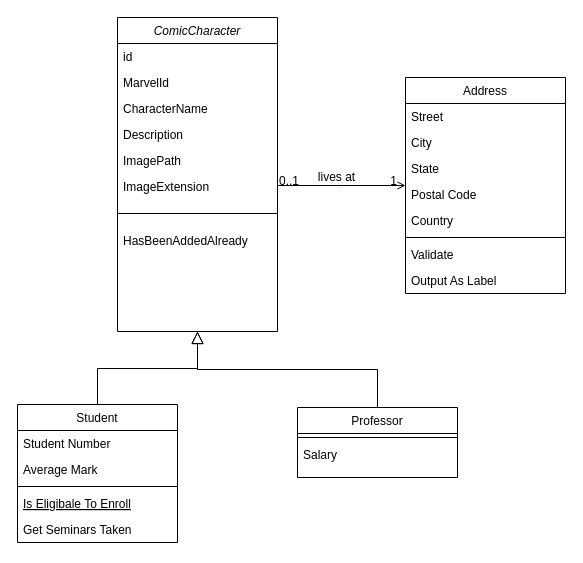
Before: ComicDataFlow.drawio in mattwatts36/drawings, a draw.io diagram. Source tidied: cells renumbered, new cells numbered last; positions are measured from the earlier drawing's top-left corner, leaving out a move shared by most shapes. Both pictures are drawn from the tidied source at 100%, with x=0, y=0 at pixel (17, 17).
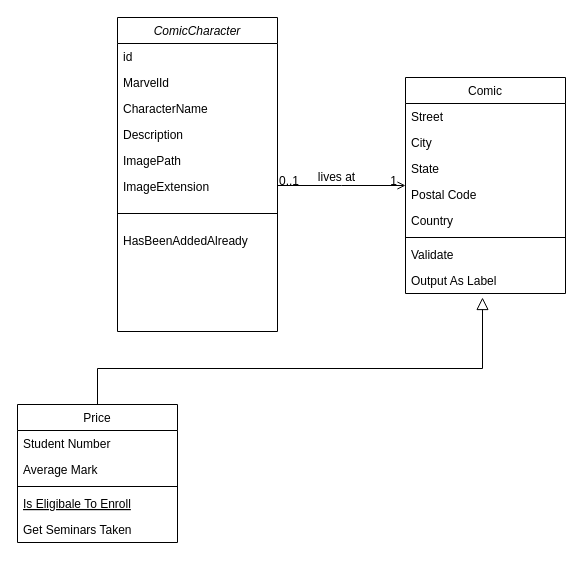
After the change.

Commit message:
Added comic and price class

Unchanged cells that the change refers to:
```xml
<mxCell id="2" value="ComicCharacter" style="swimlane;fontStyle=2;align=center;verticalAlign=top;horizontal=1;startSize=26;rounded=0;shadow=0;strokeWidth=1;" parent="1" vertex="1">
  <mxGeometry x="100" width="160" height="314" as="geometry" />
</mxCell>
```

Change to the diagram source:
```diff
@@
-    <mxCell id="11" value="Student" style="swimlane;fontStyle=0;align=center;verticalAlign=top;horizontal=1;startSize=26;rounded=0;shadow=0;strokeWidth=1;" parent="1" vertex="1">
+    <mxCell id="11" value="Price" style="swimlane;fontStyle=0;align=center;verticalAlign=top;horizontal=1;startSize=26;rounded=0;shadow=0;strokeWidth=1;" parent="1" vertex="1">
       <mxGeometry y="387" width="160" height="138" as="geometry" />
     </mxCell>
@@
-    <mxCell id="17" style="endArrow=block;endSize=10;endFill=0;shadow=0;strokeWidth=1;rounded=0;edgeStyle=elbowEdgeStyle;elbow=vertical;" parent="1" edge="1" source="11" target="2">
-      <mxGeometry relative="1" as="geometry" />
+    <mxCell id="17" style="endArrow=block;endSize=10;endFill=0;shadow=0;strokeWidth=1;rounded=0;edgeStyle=elbowEdgeStyle;elbow=vertical;" parent="1" edge="1" source="11">
+      <mxGeometry relative="1" as="geometry">
+        <mxPoint x="465" y="280" as="targetPoint" />
+        <Array as="points">
+          <mxPoint x="300" y="351" />
+        </Array>
+      </mxGeometry>
     </mxCell>
-    <mxCell id="18" value="Professor" style="swimlane;fontStyle=0;align=center;verticalAlign=top;horizontal=1;startSize=26;rounded=0;shadow=0;strokeWidth=1;" parent="1" vertex="1">
-      <mxGeometry x="280" y="390" width="160" height="70" as="geometry" />
-    </mxCell>
-    <mxCell id="19" style="line;html=1;strokeWidth=1;align=left;verticalAlign=middle;spacingTop=-1;spacingLeft=3;spacingRight=3;labelPosition=right;" parent="18" vertex="1">
-      <mxGeometry y="26" width="160" height="8" as="geometry" />
-    </mxCell>
-    <mxCell id="20" value="Salary" style="text;align=left;verticalAlign=top;spacingLeft=4;spacingRight=4;overflow=hidden;" parent="18" vertex="1">
-      <mxGeometry y="34" width="160" height="26" as="geometry" />
-    </mxCell>
-    <mxCell id="21" style="endArrow=block;endSize=10;endFill=0;shadow=0;strokeWidth=1;rounded=0;edgeStyle=elbowEdgeStyle;elbow=vertical;" parent="1" edge="1" source="18" target="2">
-      <mxGeometry relative="1" as="geometry" />
-    </mxCell>
-    <mxCell id="22" value="Address" style="swimlane;fontStyle=0;align=center;verticalAlign=top;horizontal=1;startSize=26;rounded=0;shadow=0;strokeWidth=1;" parent="1" vertex="1">
+    <mxCell id="22" value="Comic" style="swimlane;fontStyle=0;align=center;verticalAlign=top;horizontal=1;startSize=26;rounded=0;shadow=0;strokeWidth=1;" parent="1" vertex="1">
       <mxGeometry x="388" y="60" width="160" height="216" as="geometry" />
     </mxCell>
```
